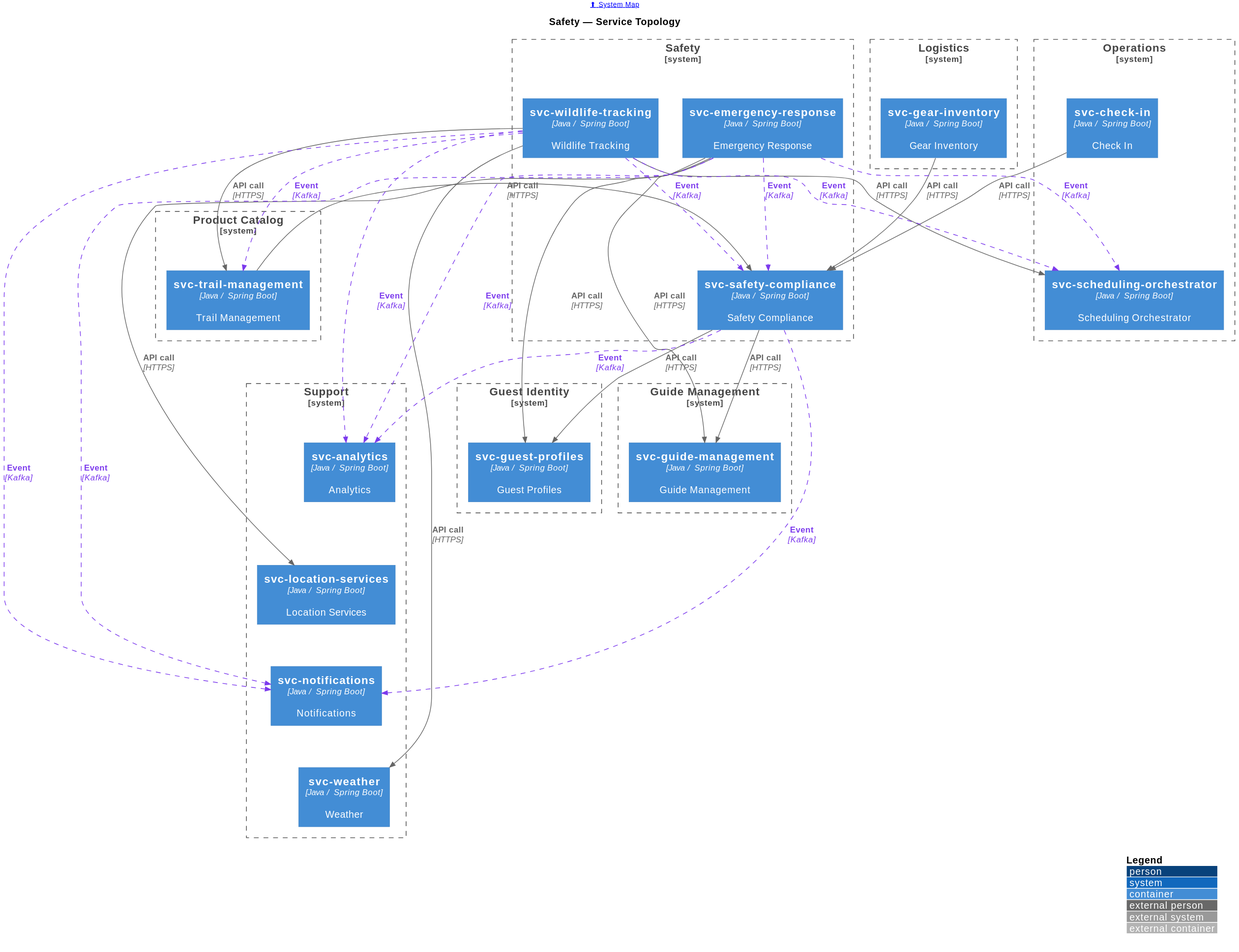
The PlantUML diagram portal/docs/topology/svg/topology-safety.svg in christopherblaisdell/continuous-architecture-platform-poc, before a commit.
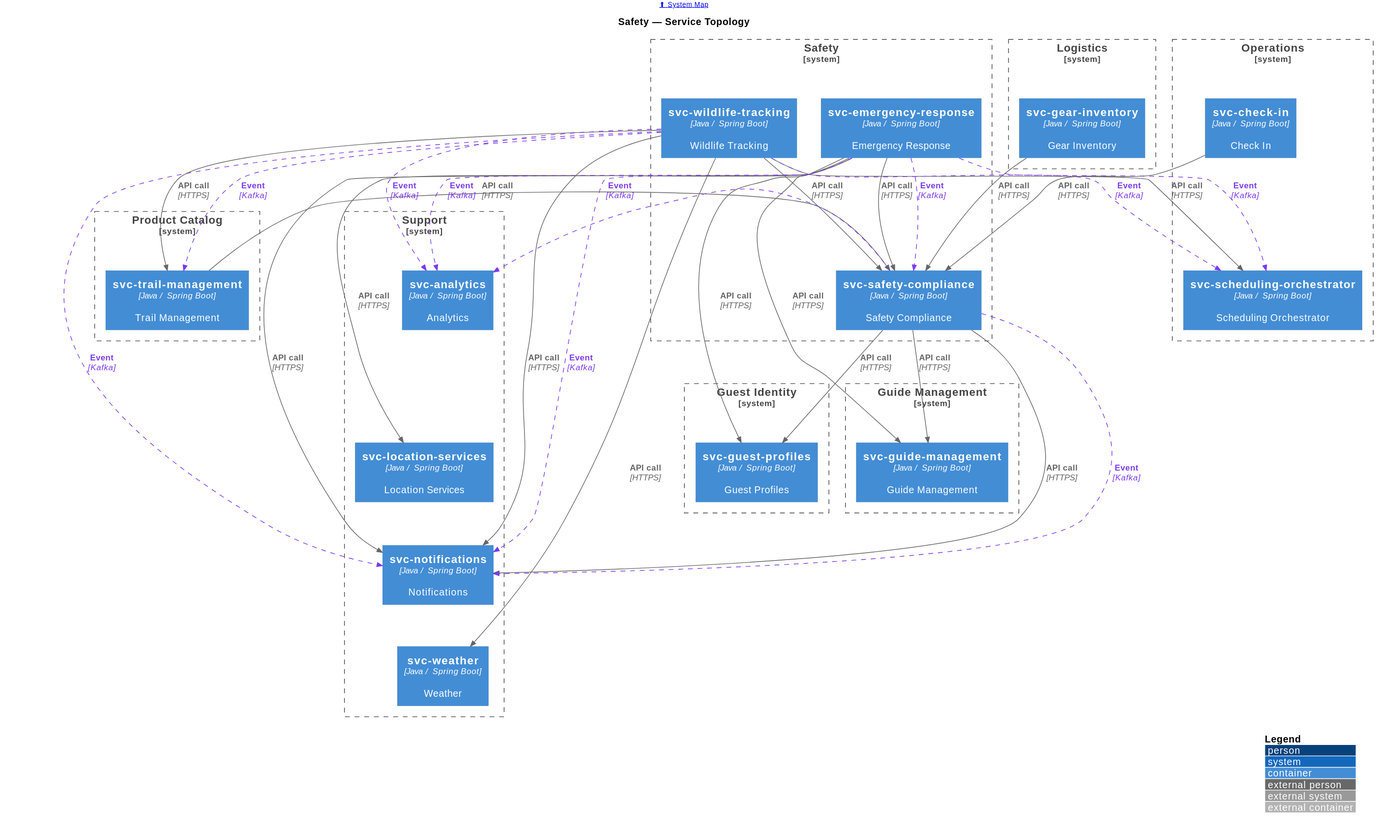
After the commit.

What changed in the source:
```diff
@@ -47,10 +47,15 @@
 Rel(svc_emergency_response, svc_guest_profiles, "API call", "HTTPS")
 Rel(svc_emergency_response, svc_guide_management, "API call", "HTTPS")
 Rel(svc_emergency_response, svc_location_services, "API call", "HTTPS")
+Rel(svc_emergency_response, svc_notifications, "API call", "HTTPS")
+Rel(svc_emergency_response, svc_safety_compliance, "API call", "HTTPS")
 Rel(svc_gear_inventory, svc_safety_compliance, "API call", "HTTPS")
 Rel(svc_safety_compliance, svc_guest_profiles, "API call", "HTTPS")
 Rel(svc_safety_compliance, svc_guide_management, "API call", "HTTPS")
+Rel(svc_safety_compliance, svc_notifications, "API call", "HTTPS")
 Rel(svc_trail_management, svc_safety_compliance, "API call", "HTTPS")
+Rel(svc_wildlife_tracking, svc_notifications, "API call", "HTTPS")
+Rel(svc_wildlife_tracking, svc_safety_compliance, "API call", "HTTPS")
 Rel(svc_wildlife_tracking, svc_scheduling_orchestrator, "API call", "HTTPS")
 Rel(svc_wildlife_tracking, svc_trail_management, "API call", "HTTPS")
 Rel(svc_wildlife_tracking, svc_weather, "API call", "HTTPS")
@@ -62,7 +67,6 @@
 Rel(svc_safety_compliance, svc_notifications, "Event", "Kafka", $tags="kafka")
 Rel(svc_wildlife_tracking, svc_analytics, "Event", "Kafka", $tags="kafka")
 Rel(svc_wildlife_tracking, svc_notifications, "Event", "Kafka", $tags="kafka")
-Rel(svc_wildlife_tracking, svc_safety_compliance, "Event", "Kafka", $tags="kafka")
 Rel(svc_wildlife_tracking, svc_scheduling_orchestrator, "Event", "Kafka", $tags="kafka")
 Rel(svc_wildlife_tracking, svc_trail_management, "Event", "Kafka", $tags="kafka")
 Lay_D(svc_check_in, svc_scheduling_orchestrator)
```
